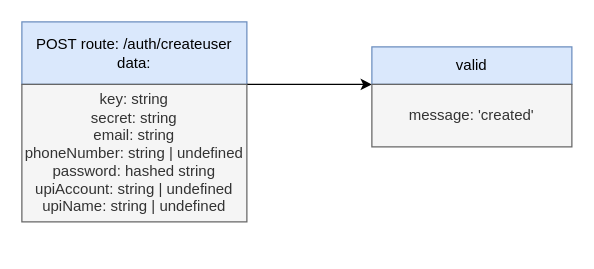
papaya147/verbose-engine keeps this draw.io diagram as page "Auth" (2 of 2) of API Requests.drawio. Above is the earlier version. Source tidied: cells renumbered, new cells numbered last; positions are measured from the earlier drawing's top-left corner, leaving out a move shared by most shapes. Both pictures are drawn from the tidied source at 125%, with x=0, y=0 at pixel (21, 21).
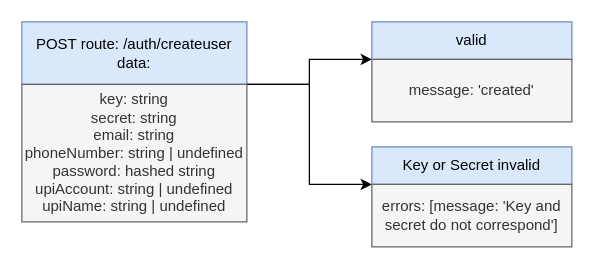
The same page after the edit.

What changed in the source:
```diff
@@
 <mxGraphModel>
   <root>
     <mxCell id="0" />
     <mxCell id="1" parent="0" />
     <mxCell id="2" value="POST route: /auth/createuser&lt;br&gt;data:" style="rounded=0;whiteSpace=wrap;html=1;fillColor=#dae8fc;strokeColor=#6c8ebf;" parent="1" vertex="1">
       <mxGeometry width="180" height="50" as="geometry" />
     </mxCell>
-    <mxCell id="3" style="edgeStyle=orthogonalEdgeStyle;rounded=0;jettySize=auto;html=1;exitX=1;exitY=0;exitDx=0;exitDy=0;entryX=0;entryY=1;entryDx=0;entryDy=0;" parent="1" edge="1" source="4" target="5">
-      <mxGeometry relative="1" as="geometry">
-        <Array as="points">
-          <mxPoint x="260" y="50" />
-          <mxPoint x="260" y="50" />
-        </Array>
-      </mxGeometry>
-    </mxCell>
+    <mxCell id="7" style="edgeStyle=orthogonalEdgeStyle;rounded=0;jettySize=auto;html=1;exitX=1;exitY=0;exitDx=0;exitDy=0;entryX=0;entryY=0;entryDx=0;entryDy=0;" parent="1" edge="1" source="4" target="6">
+      <mxGeometry relative="1" as="geometry">
+        <Array as="points">
+          <mxPoint x="230" y="50" />
+          <mxPoint x="230" y="30" />
+        </Array>
+      </mxGeometry>
+    </mxCell>
+    <mxCell id="8" style="edgeStyle=orthogonalEdgeStyle;rounded=0;jettySize=auto;html=1;exitX=1;exitY=0;exitDx=0;exitDy=0;entryX=0;entryY=0;entryDx=0;entryDy=0;" parent="1" edge="1" source="4" target="10">
+      <mxGeometry relative="1" as="geometry">
+        <Array as="points">
+          <mxPoint x="230" y="50" />
+          <mxPoint x="230" y="130" />
+        </Array>
+      </mxGeometry>
+    </mxCell>
     <mxCell id="4" value="key: string&lt;br&gt;secret: string&lt;br&gt;email: string&lt;br&gt;phoneNumber: string | undefined&lt;br&gt;password: hashed string&lt;br&gt;upiAccount: string | undefined&lt;br&gt;upiName: string | undefined" style="rounded=0;whiteSpace=wrap;html=1;fillColor=#f5f5f5;strokeColor=#666666;fontColor=#333333;" parent="1" vertex="1">
       <mxGeometry y="50" width="180" height="110" as="geometry" />
     </mxCell>
     <mxCell id="5" value="valid" style="rounded=0;whiteSpace=wrap;html=1;fillColor=#dae8fc;strokeColor=#6c8ebf;" parent="1" vertex="1">
-      <mxGeometry x="280" y="20" width="160" height="30" as="geometry" />
+      <mxGeometry x="280" width="160" height="30" as="geometry" />
     </mxCell>
     <mxCell id="6" value="message: 'created'" style="rounded=0;whiteSpace=wrap;html=1;fillColor=#f5f5f5;strokeColor=#666666;fontColor=#333333;" parent="1" vertex="1">
-      <mxGeometry x="280" y="50" width="160" height="50" as="geometry" />
+      <mxGeometry x="280" y="30" width="160" height="50" as="geometry" />
     </mxCell>
+    <mxCell id="9" value="Key or Secret invalid" style="rounded=0;whiteSpace=wrap;html=1;fillColor=#dae8fc;strokeColor=#6c8ebf;" parent="1" vertex="1">
+      <mxGeometry x="280" y="100" width="160" height="30" as="geometry" />
+    </mxCell>
+    <mxCell id="10" value="errors: [message: 'Key and secret do not correspond']" style="rounded=0;whiteSpace=wrap;html=1;fillColor=#f5f5f5;strokeColor=#666666;fontColor=#333333;align=center;" parent="1" vertex="1">
+      <mxGeometry x="280" y="130" width="160" height="50" as="geometry" />
+    </mxCell>
   </root>
 </mxGraphModel>
```
